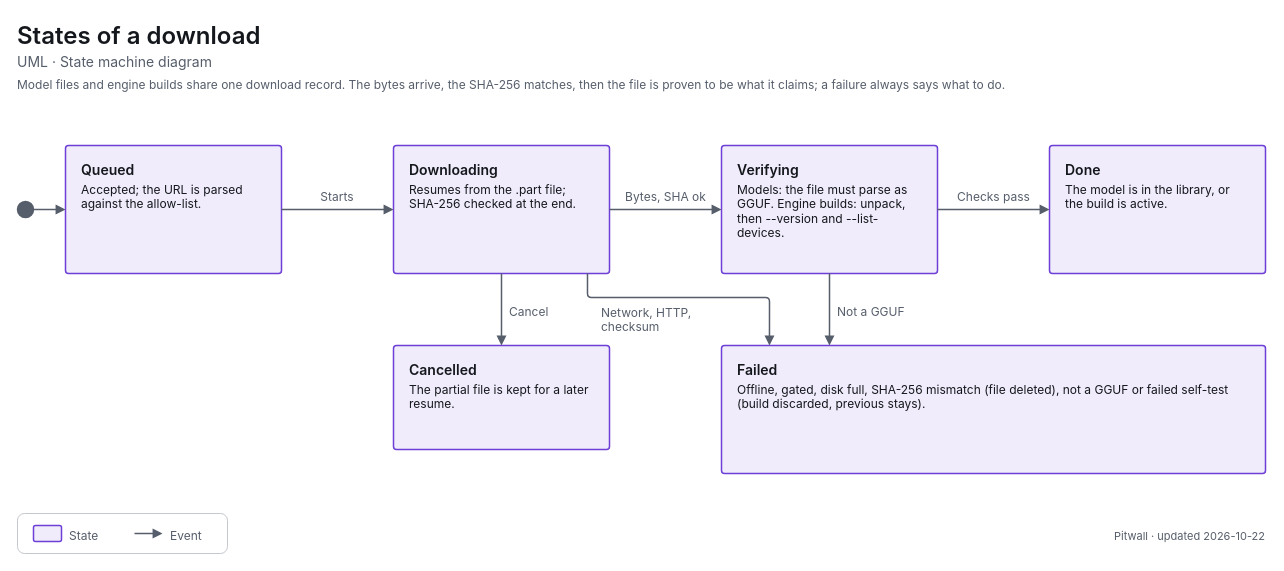
decryp7/paddock keeps this draw.io diagram as apps/pitwall/docs/diagrams/uml-state-download.drawio. Above is the earlier version. Source tidied: cells renumbered, new cells numbered last; positions are measured from the earlier drawing's top-left corner, leaving out a move shared by most shapes. Both pictures are drawn from the tidied source at 100%, with x=0, y=0 at pixel (17, 17).
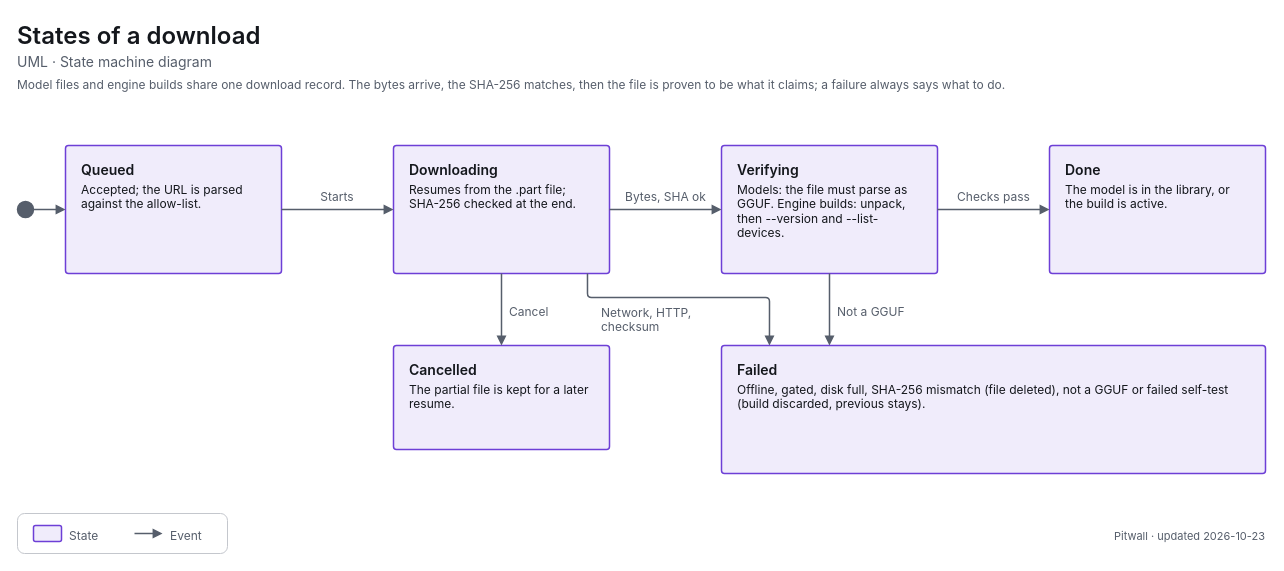
The same page after the edit.

Diff of the diagram source:
```diff
@@
-    <mxCell id="30" value="&lt;span style=&quot;font-size:11px;font-weight:400&quot;&gt;Pitwall · updated 2026-10-22&lt;/span&gt;" style="html=1;whiteSpace=wrap;fontFamily=-apple-system,BlinkMacSystemFont,Segoe UI,system-ui,sans-serif;fontSize=12;fontColor=light-dark(#14171C,#ECEEF1);text;strokeColor=none;fillColor=none;align=right;verticalAlign=top;spacing=0;fontColor=light-dark(#565E6B,#A0A7B2);" parent="1" vertex="1">
+    <mxCell id="30" value="&lt;span style=&quot;font-size:11px;font-weight:400&quot;&gt;Pitwall · updated 2026-10-23&lt;/span&gt;" style="html=1;whiteSpace=wrap;fontFamily=-apple-system,BlinkMacSystemFont,Segoe UI,system-ui,sans-serif;fontSize=12;fontColor=light-dark(#14171C,#ECEEF1);text;strokeColor=none;fillColor=none;align=right;verticalAlign=top;spacing=0;fontColor=light-dark(#565E6B,#A0A7B2);" parent="1" vertex="1">
       <mxGeometry x="888" y="507" width="360" height="18" as="geometry" />
     </mxCell>
```
